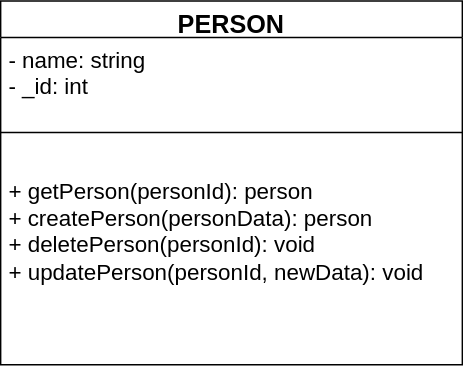
The draw.io diagram CRUD_API_Uml.drawio.svg in Muyixone/Simple_CRUD_API, before a commit. Source tidied: cells renumbered, new cells last; positions are measured from the earlier drawing's top-left corner, leaving out a move shared by most shapes. The source it was exported from:
```xml
<mxGraphModel>
  <root>
    <mxCell id="0" />
    <mxCell id="1" parent="0" />
    <mxCell id="2" value="&lt;font style=&quot;font-size: 18px;&quot;&gt;PERSON&lt;/font&gt;" style="swimlane;fontStyle=1;align=center;verticalAlign=top;horizontal=1;startSize=26;whiteSpace=wrap;html=1;" parent="1" vertex="1">
      <mxGeometry width="330" height="260" as="geometry" />
    </mxCell>
    <mxCell id="3" value="&lt;font style=&quot;font-size: 16px;&quot;&gt;- name: string&lt;br&gt;- _id: int&lt;/font&gt;" style="text;strokeColor=none;fillColor=none;align=left;verticalAlign=top;spacingLeft=4;spacingRight=4;overflow=hidden;whiteSpace=wrap;html=1;" parent="2" vertex="1">
      <mxGeometry y="26" width="330" height="54" as="geometry" />
    </mxCell>
    <mxCell id="4" style="line;strokeWidth=1;fillColor=none;align=left;verticalAlign=middle;spacingTop=-1;spacingLeft=3;spacingRight=3;labelPosition=right;strokeColor=inherit;" parent="2" vertex="1">
      <mxGeometry y="80" width="330" height="28" as="geometry" />
    </mxCell>
    <mxCell id="5" value="&lt;p style=&quot;line-height: 120%;&quot;&gt;&lt;/p&gt;&lt;blockquote style=&quot;margin: 0 0 0 40px; border: none; padding: 0px;&quot;&gt;&lt;/blockquote&gt;&lt;font style=&quot;font-size: 16px;&quot;&gt;&lt;div style=&quot;text-align: justify;&quot;&gt;&lt;span style=&quot;background-color: initial;&quot;&gt;+ getPerson(personId): person&lt;/span&gt;&lt;/div&gt;&lt;/font&gt;&lt;blockquote style=&quot;margin: 0px 0px 0px 40px; border: none; padding: 0px; font-size: 16px;&quot;&gt;&lt;/blockquote&gt;&lt;font style=&quot;font-size: 16px;&quot;&gt;&lt;div style=&quot;text-align: justify;&quot;&gt;&lt;span style=&quot;background-color: initial;&quot;&gt;+ createPerson(personData): person&lt;/span&gt;&lt;/div&gt;&lt;/font&gt;&lt;blockquote style=&quot;margin: 0px 0px 0px 40px; border: none; padding: 0px; font-size: 16px;&quot;&gt;&lt;/blockquote&gt;&lt;font style=&quot;font-size: 16px;&quot;&gt;&lt;div style=&quot;text-align: justify;&quot;&gt;&lt;span style=&quot;background-color: initial;&quot;&gt;+ deletePerson(personId): void&lt;/span&gt;&lt;/div&gt;&lt;div style=&quot;text-align: justify;&quot;&gt;&lt;span style=&quot;background-color: initial;&quot;&gt;+ updatePerson(personId, newData): void&lt;/span&gt;&lt;/div&gt;&lt;/font&gt;&lt;p&gt;&lt;/p&gt;" style="text;strokeColor=none;fillColor=none;align=left;verticalAlign=top;spacingLeft=4;spacingRight=4;overflow=hidden;points=[[0,0.5],[1,0.5]];portConstraint=eastwest;whiteSpace=wrap;html=1;" parent="2" vertex="1">
      <mxGeometry y="108" width="330" height="152" as="geometry" />
    </mxCell>
  </root>
</mxGraphModel>
```
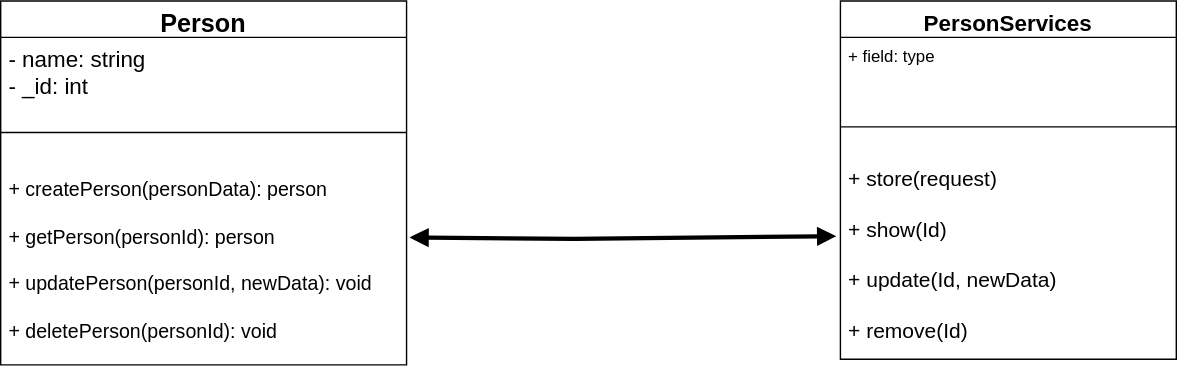
Above is the later version.

Diff of the diagram source:
```diff
@@ -2,17 +2,36 @@
   <root>
     <mxCell id="0" />
     <mxCell id="1" parent="0" />
-    <mxCell id="2" value="&lt;font style=&quot;font-size: 18px;&quot;&gt;PERSON&lt;/font&gt;" style="swimlane;fontStyle=1;align=center;verticalAlign=top;horizontal=1;startSize=26;whiteSpace=wrap;html=1;" parent="1" vertex="1">
-      <mxGeometry width="330" height="260" as="geometry" />
+    <mxCell id="2" value="&lt;font style=&quot;font-size: 18px;&quot;&gt;Person&lt;/font&gt;" style="swimlane;fontStyle=1;align=center;verticalAlign=top;horizontal=1;startSize=26;whiteSpace=wrap;html=1;" parent="1" vertex="1">
+      <mxGeometry width="290" height="260" as="geometry" />
     </mxCell>
     <mxCell id="3" value="&lt;font style=&quot;font-size: 16px;&quot;&gt;- name: string&lt;br&gt;- _id: int&lt;/font&gt;" style="text;strokeColor=none;fillColor=none;align=left;verticalAlign=top;spacingLeft=4;spacingRight=4;overflow=hidden;whiteSpace=wrap;html=1;" parent="2" vertex="1">
-      <mxGeometry y="26" width="330" height="54" as="geometry" />
+      <mxGeometry y="26" width="290" height="54" as="geometry" />
     </mxCell>
     <mxCell id="4" style="line;strokeWidth=1;fillColor=none;align=left;verticalAlign=middle;spacingTop=-1;spacingLeft=3;spacingRight=3;labelPosition=right;strokeColor=inherit;" parent="2" vertex="1">
-      <mxGeometry y="80" width="330" height="28" as="geometry" />
+      <mxGeometry y="80" width="290" height="28" as="geometry" />
     </mxCell>
-    <mxCell id="5" value="&lt;p style=&quot;line-height: 120%;&quot;&gt;&lt;/p&gt;&lt;blockquote style=&quot;margin: 0 0 0 40px; border: none; padding: 0px;&quot;&gt;&lt;/blockquote&gt;&lt;font style=&quot;font-size: 16px;&quot;&gt;&lt;div style=&quot;text-align: justify;&quot;&gt;&lt;span style=&quot;background-color: initial;&quot;&gt;+ getPerson(personId): person&lt;/span&gt;&lt;/div&gt;&lt;/font&gt;&lt;blockquote style=&quot;margin: 0px 0px 0px 40px; border: none; padding: 0px; font-size: 16px;&quot;&gt;&lt;/blockquote&gt;&lt;font style=&quot;font-size: 16px;&quot;&gt;&lt;div style=&quot;text-align: justify;&quot;&gt;&lt;span style=&quot;background-color: initial;&quot;&gt;+ createPerson(personData): person&lt;/span&gt;&lt;/div&gt;&lt;/font&gt;&lt;blockquote style=&quot;margin: 0px 0px 0px 40px; border: none; padding: 0px; font-size: 16px;&quot;&gt;&lt;/blockquote&gt;&lt;font style=&quot;font-size: 16px;&quot;&gt;&lt;div style=&quot;text-align: justify;&quot;&gt;&lt;span style=&quot;background-color: initial;&quot;&gt;+ deletePerson(personId): void&lt;/span&gt;&lt;/div&gt;&lt;div style=&quot;text-align: justify;&quot;&gt;&lt;span style=&quot;background-color: initial;&quot;&gt;+ updatePerson(personId, newData): void&lt;/span&gt;&lt;/div&gt;&lt;/font&gt;&lt;p&gt;&lt;/p&gt;" style="text;strokeColor=none;fillColor=none;align=left;verticalAlign=top;spacingLeft=4;spacingRight=4;overflow=hidden;points=[[0,0.5],[1,0.5]];portConstraint=eastwest;whiteSpace=wrap;html=1;" parent="2" vertex="1">
-      <mxGeometry y="108" width="330" height="152" as="geometry" />
+    <mxCell id="5" value="&lt;p style=&quot;line-height: 120%;&quot;&gt;&lt;/p&gt;&lt;blockquote style=&quot;margin: 0 0 0 40px; border: none; padding: 0px;&quot;&gt;&lt;/blockquote&gt;&lt;font style=&quot;font-size: 14px;&quot;&gt;&lt;div style=&quot;text-align: justify;&quot;&gt;+ createPerson(personData): person&lt;span style=&quot;background-color: initial;&quot;&gt;&lt;br&gt;&lt;/span&gt;&lt;/div&gt;&lt;div style=&quot;text-align: justify;&quot;&gt;&lt;br&gt;&lt;/div&gt;&lt;div style=&quot;text-align: justify;&quot;&gt;&lt;span style=&quot;background-color: initial;&quot;&gt;+ getPerson(personId): person&lt;/span&gt;&lt;/div&gt;&lt;div style=&quot;text-align: justify;&quot;&gt;&lt;span style=&quot;background-color: initial;&quot;&gt;&lt;br&gt;&lt;/span&gt;&lt;/div&gt;&lt;/font&gt;&lt;blockquote style=&quot;margin: 0px 0px 0px 40px; border: none; padding: 0px; font-size: 14px;&quot;&gt;&lt;/blockquote&gt;&lt;font style=&quot;font-size: 14px;&quot;&gt;&lt;div style=&quot;text-align: justify;&quot;&gt;+ updatePerson(personId, newData): void&lt;br&gt;&lt;/div&gt;&lt;div style=&quot;text-align: justify;&quot;&gt;&lt;br&gt;&lt;/div&gt;&lt;/font&gt;&lt;blockquote style=&quot;margin: 0px 0px 0px 40px; border: none; padding: 0px; font-size: 14px;&quot;&gt;&lt;/blockquote&gt;&lt;font style=&quot;font-size: 14px;&quot;&gt;&lt;div style=&quot;text-align: justify;&quot;&gt;&lt;span style=&quot;background-color: initial;&quot;&gt;+ deletePerson(personId): void&lt;/span&gt;&lt;/div&gt;&lt;div style=&quot;text-align: justify;&quot;&gt;&lt;br&gt;&lt;/div&gt;&lt;/font&gt;&lt;p&gt;&lt;/p&gt;" style="text;strokeColor=none;fillColor=none;align=left;verticalAlign=top;spacingLeft=4;spacingRight=4;overflow=hidden;points=[[0,0.5],[1,0.5]];portConstraint=eastwest;whiteSpace=wrap;html=1;" parent="2" vertex="1">
+      <mxGeometry y="108" width="290" height="152" as="geometry" />
     </mxCell>
+    <mxCell id="6" value="&lt;font style=&quot;font-size: 16px;&quot;&gt;PersonServices&lt;/font&gt;" style="swimlane;fontStyle=1;align=center;verticalAlign=top;horizontal=1;startSize=26;whiteSpace=wrap;html=1;" parent="1" vertex="1">
+      <mxGeometry x="600" width="240" height="256" as="geometry" />
+    </mxCell>
+    <mxCell id="7" value="+ field: type" style="text;strokeColor=none;fillColor=none;align=left;verticalAlign=top;spacingLeft=4;spacingRight=4;overflow=hidden;whiteSpace=wrap;html=1;" parent="6" vertex="1">
+      <mxGeometry y="26" width="240" height="60" as="geometry" />
+    </mxCell>
+    <mxCell id="8" style="line;strokeWidth=1;fillColor=none;align=left;verticalAlign=middle;spacingTop=-1;spacingLeft=3;spacingRight=3;labelPosition=right;strokeColor=inherit;" parent="6" vertex="1">
+      <mxGeometry y="86" width="240" height="8" as="geometry" />
+    </mxCell>
+    <mxCell id="9" value="&lt;font style=&quot;font-size: 15px;&quot;&gt;&lt;br&gt;+ store(request)&lt;br style=&quot;border-color: var(--border-color);&quot;&gt;&lt;br style=&quot;border-color: var(--border-color);&quot;&gt;+ show(Id)&lt;br style=&quot;border-color: var(--border-color);&quot;&gt;&lt;br style=&quot;border-color: var(--border-color);&quot;&gt;+ update(Id, newData)&lt;br style=&quot;border-color: var(--border-color);&quot;&gt;&lt;br style=&quot;border-color: var(--border-color);&quot;&gt;+ remove(Id)&lt;/font&gt;" style="text;strokeColor=none;fillColor=none;align=left;verticalAlign=top;spacingLeft=4;spacingRight=4;overflow=hidden;points=[[0,0.5],[1,0.5]];portConstraint=eastwest;whiteSpace=wrap;html=1;" parent="6" vertex="1">
+      <mxGeometry y="94" width="240" height="162" as="geometry" />
+    </mxCell>
+    <mxCell id="10" style="endArrow=block;startArrow=block;endFill=1;startFill=1;html=1;rounded=0;entryX=-0.012;entryY=0.457;entryDx=0;entryDy=0;entryPerimeter=0;exitX=1.007;exitY=0.401;exitDx=0;exitDy=0;exitPerimeter=0;strokeWidth=3;" parent="1" edge="1" source="5" target="9">
+      <mxGeometry relative="1" as="geometry">
+        <Array as="points">
+          <mxPoint x="410" y="170" />
+        </Array>
+      </mxGeometry>
+    </mxCell>
   </root>
 </mxGraphModel>
```
